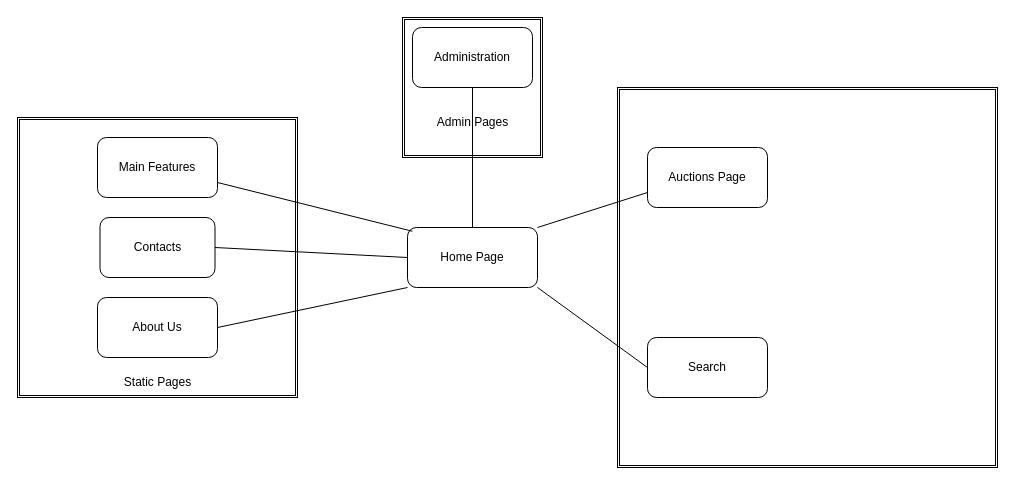
Earlier version of the draw.io diagram Diagrama sem nome.drawio (frutastontas/UML). Source tidied: cells renumbered, new cells numbered last; positions are measured from the earlier drawing's top-left corner, leaving out a move shared by most shapes. Both pictures are drawn from the tidied source at 100%, with x=0, y=0 at pixel (17, 17).
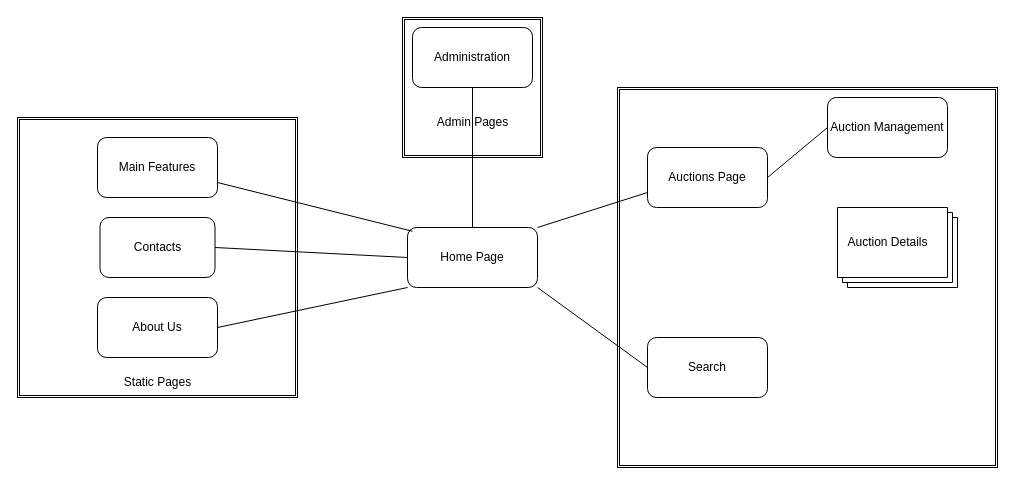
The same page after the edit.

Unchanged cells that the change refers to:
```xml
<mxCell id="17" value="Auctions Page" style="rounded=1;whiteSpace=wrap;html=1;" parent="1" vertex="1">
  <mxGeometry x="630" y="130" width="120" height="60" as="geometry" />
</mxCell>
```

Diff of the diagram source:
```diff
@@
+    <mxCell id="20" value="Auction Management" style="rounded=1;whiteSpace=wrap;html=1;" parent="1" vertex="1">
+      <mxGeometry x="810" y="80" width="120" height="60" as="geometry" />
+    </mxCell>
+    <mxCell id="21" style="endArrow=none;html=1;rounded=0;entryX=1;entryY=0.5;entryDx=0;entryDy=0;exitX=0;exitY=0.5;exitDx=0;exitDy=0;" parent="1" edge="1" source="20" target="17">
+      <mxGeometry relative="1" as="geometry" />
+    </mxCell>
+    <mxCell id="22" style="verticalLabelPosition=bottom;verticalAlign=top;html=1;shape=mxgraph.basic.layered_rect;dx=10;whiteSpace=wrap;" parent="1" vertex="1">
+      <mxGeometry x="820" y="190" width="120" height="80" as="geometry" />
+    </mxCell>
+    <mxCell id="23" value="Auction Details" style="text;html=1;align=center;verticalAlign=middle;strokeColor=none;fillColor=none;" parent="1" vertex="1">
+      <mxGeometry x="820" y="210" width="100" height="30" as="geometry" />
+    </mxCell>
```
